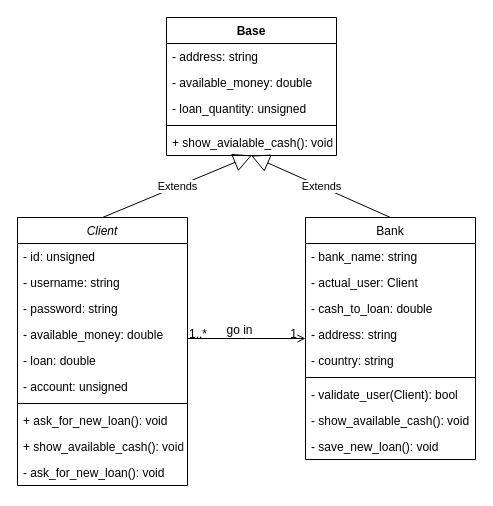
This is init-design.drawio from djose1164/bank-management-system, a draw.io file, before an edit. Source tidied: cells renumbered, new cells numbered last; positions are measured from the earlier drawing's top-left corner, leaving out a move shared by most shapes. Both pictures are drawn from the tidied source at 100%, with x=0, y=0 at pixel (17, 17).
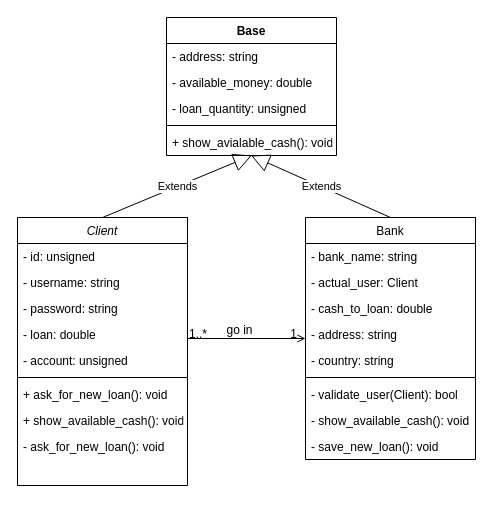
The same diagram, later.

The change refers to these unchanged cells:
```xml
<mxCell id="2" value="Client" style="swimlane;fontStyle=2;align=center;verticalAlign=top;horizontal=1;startSize=26;rounded=0;shadow=0;strokeWidth=1;" parent="1" vertex="1">
  <mxGeometry y="200" width="170" height="268" as="geometry" />
</mxCell>
```

What changed in the source:
```diff
@@
-    <mxCell id="6" value="- available_money: double" style="text;align=left;verticalAlign=top;spacingLeft=4;spacingRight=4;overflow=hidden;rounded=0;shadow=0;html=0;" parent="2" vertex="1">
-      <mxGeometry y="104" width="170" height="26" as="geometry" />
-    </mxCell>
     <mxCell id="7" value="- loan: double" style="text;align=left;verticalAlign=top;spacingLeft=4;spacingRight=4;overflow=hidden;rounded=0;shadow=0;html=0;" parent="2" vertex="1">
-      <mxGeometry y="130" width="170" height="26" as="geometry" />
+      <mxGeometry y="104" width="170" height="26" as="geometry" />
     </mxCell>
     <mxCell id="8" value="- account: unsigned" style="text;align=left;verticalAlign=top;spacingLeft=4;spacingRight=4;overflow=hidden;rounded=0;shadow=0;html=0;" parent="2" vertex="1">
-      <mxGeometry y="156" width="170" height="26" as="geometry" />
+      <mxGeometry y="130" width="170" height="26" as="geometry" />
     </mxCell>
     <mxCell id="9" style="line;html=1;strokeWidth=1;align=left;verticalAlign=middle;spacingTop=-1;spacingLeft=3;spacingRight=3;labelPosition=right;" parent="2" vertex="1">
-      <mxGeometry y="182" width="170" height="8" as="geometry" />
+      <mxGeometry y="156" width="170" height="8" as="geometry" />
     </mxCell>
     <mxCell id="10" value="+ ask_for_new_loan(): void" style="text;align=left;verticalAlign=top;spacingLeft=4;spacingRight=4;overflow=hidden;" parent="2" vertex="1">
-      <mxGeometry y="190" width="170" height="26" as="geometry" />
+      <mxGeometry y="164" width="170" height="26" as="geometry" />
     </mxCell>
     <mxCell id="11" value="+ show_available_cash(): void" style="text;align=left;verticalAlign=top;spacingLeft=4;spacingRight=4;overflow=hidden;" parent="2" vertex="1">
-      <mxGeometry y="216" width="170" height="26" as="geometry" />
+      <mxGeometry y="190" width="170" height="26" as="geometry" />
     </mxCell>
     <mxCell id="12" value="- ask_for_new_loan(): void" style="text;align=left;verticalAlign=top;spacingLeft=4;spacingRight=4;overflow=hidden;" parent="2" vertex="1">
-      <mxGeometry y="242" width="170" height="26" as="geometry" />
+      <mxGeometry y="216" width="170" height="26" as="geometry" />
     </mxCell>
```
